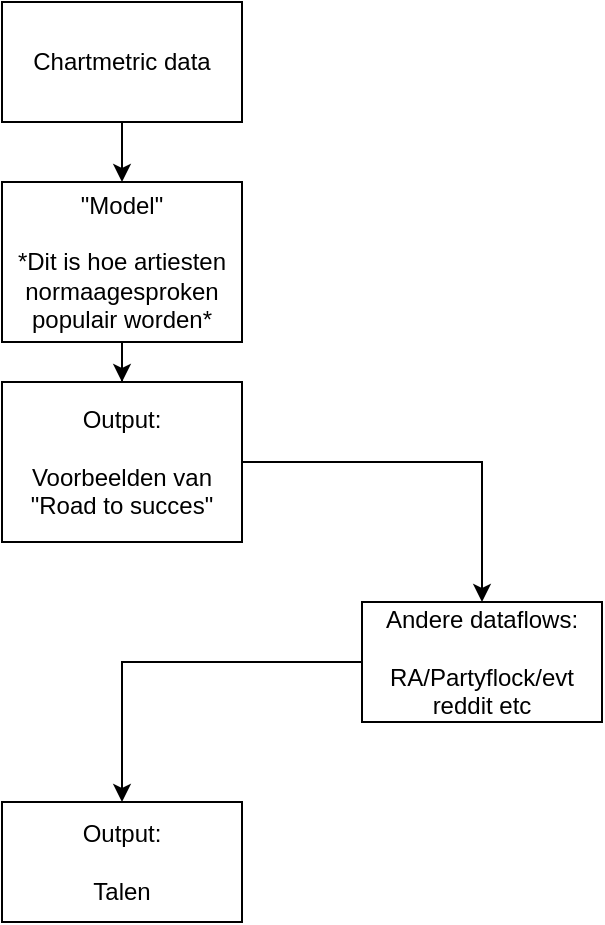
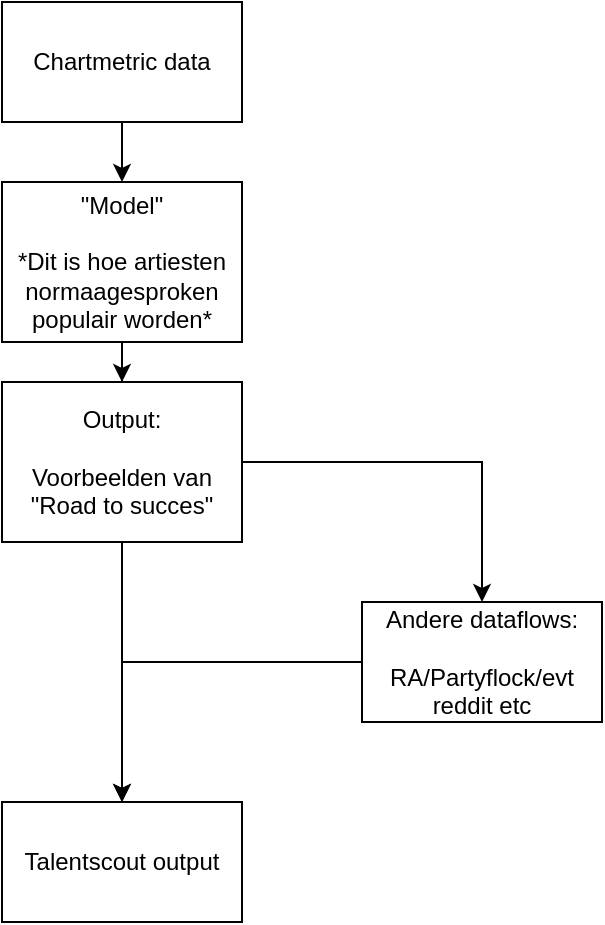
<mxfile host="app.diagrams.net">
  <diagram name="Pagina-1" id="noXttej1SAf8xjOeNVDw">
-     <mxGraphModel dx="970" dy="520" grid="1" gridSize="10" guides="1" tooltips="1" connect="1" arrows="1" fold="1" page="1" pageScale="1" pageWidth="827" pageHeight="1169" math="0" shadow="0">
+     <mxGraphModel dx="1172" dy="628" grid="1" gridSize="10" guides="1" tooltips="1" connect="1" arrows="1" fold="1" page="1" pageScale="1" pageWidth="827" pageHeight="1169" math="0" shadow="0">
      <root>
        <mxCell id="0" />
        <mxCell id="1" parent="0" />
        <mxCell id="akCuC50f9PSZu7p6AyEB-3" edge="1" parent="1" source="akCuC50f9PSZu7p6AyEB-1" style="edgeStyle=orthogonalEdgeStyle;rounded=0;orthogonalLoop=1;jettySize=auto;html=1;" target="akCuC50f9PSZu7p6AyEB-2" value="">
          <mxGeometry relative="1" as="geometry" />
        </mxCell>
        <mxCell id="akCuC50f9PSZu7p6AyEB-1" parent="1" style="rounded=0;whiteSpace=wrap;html=1;" value="Chartmetric data" vertex="1">
          <mxGeometry height="60" width="120" x="300" y="50" as="geometry" />
        </mxCell>
        <mxCell id="akCuC50f9PSZu7p6AyEB-5" edge="1" parent="1" source="akCuC50f9PSZu7p6AyEB-2" style="edgeStyle=orthogonalEdgeStyle;rounded=0;orthogonalLoop=1;jettySize=auto;html=1;" target="akCuC50f9PSZu7p6AyEB-4" value="">
          <mxGeometry relative="1" as="geometry" />
        </mxCell>
        <mxCell id="akCuC50f9PSZu7p6AyEB-2" parent="1" style="rounded=0;whiteSpace=wrap;html=1;" value="&quot;Model&quot;&lt;div&gt;&lt;br&gt;&lt;/div&gt;&lt;div&gt;*Dit is hoe artiesten normaagesproken populair worden*&lt;/div&gt;" vertex="1">
          <mxGeometry height="80" width="120" x="300" y="140" as="geometry" />
        </mxCell>
        <mxCell id="akCuC50f9PSZu7p6AyEB-9" edge="1" parent="1" source="akCuC50f9PSZu7p6AyEB-4" style="edgeStyle=orthogonalEdgeStyle;rounded=0;orthogonalLoop=1;jettySize=auto;html=1;" target="akCuC50f9PSZu7p6AyEB-6">
          <mxGeometry relative="1" as="geometry" />
        </mxCell>
+         <mxCell id="akCuC50f9PSZu7p6AyEB-11" edge="1" parent="1" source="akCuC50f9PSZu7p6AyEB-4" style="edgeStyle=orthogonalEdgeStyle;rounded=0;orthogonalLoop=1;jettySize=auto;html=1;" target="akCuC50f9PSZu7p6AyEB-8">
+           <mxGeometry relative="1" as="geometry" />
+         </mxCell>
        <mxCell id="akCuC50f9PSZu7p6AyEB-4" parent="1" style="rounded=0;whiteSpace=wrap;html=1;" value="Output:&lt;div&gt;&lt;br&gt;&lt;/div&gt;&lt;div&gt;Voorbeelden van &quot;Road to succes&quot;&lt;/div&gt;" vertex="1">
          <mxGeometry height="80" width="120" x="300" y="240" as="geometry" />
        </mxCell>
        <mxCell id="akCuC50f9PSZu7p6AyEB-10" edge="1" parent="1" source="akCuC50f9PSZu7p6AyEB-6" style="edgeStyle=orthogonalEdgeStyle;rounded=0;orthogonalLoop=1;jettySize=auto;html=1;" target="akCuC50f9PSZu7p6AyEB-8">
          <mxGeometry relative="1" as="geometry" />
        </mxCell>
        <mxCell id="akCuC50f9PSZu7p6AyEB-6" parent="1" style="rounded=0;whiteSpace=wrap;html=1;" value="Andere dataflows:&lt;div&gt;&lt;br&gt;&lt;/div&gt;&lt;div&gt;RA/Partyflock/evt reddit etc&lt;/div&gt;" vertex="1">
          <mxGeometry height="60" width="120" x="480" y="350" as="geometry" />
        </mxCell>
-         <mxCell id="akCuC50f9PSZu7p6AyEB-8" parent="1" style="rounded=0;whiteSpace=wrap;html=1;" value="Output:&lt;div&gt;&lt;br&gt;&lt;/div&gt;&lt;div&gt;Talen&lt;/div&gt;" vertex="1">
+         <mxCell id="akCuC50f9PSZu7p6AyEB-8" parent="1" style="rounded=0;whiteSpace=wrap;html=1;" value="Talentscout output" vertex="1">
          <mxGeometry height="60" width="120" x="300" y="450" as="geometry" />
        </mxCell>
      </root>
    </mxGraphModel>
  </diagram>
</mxfile>
